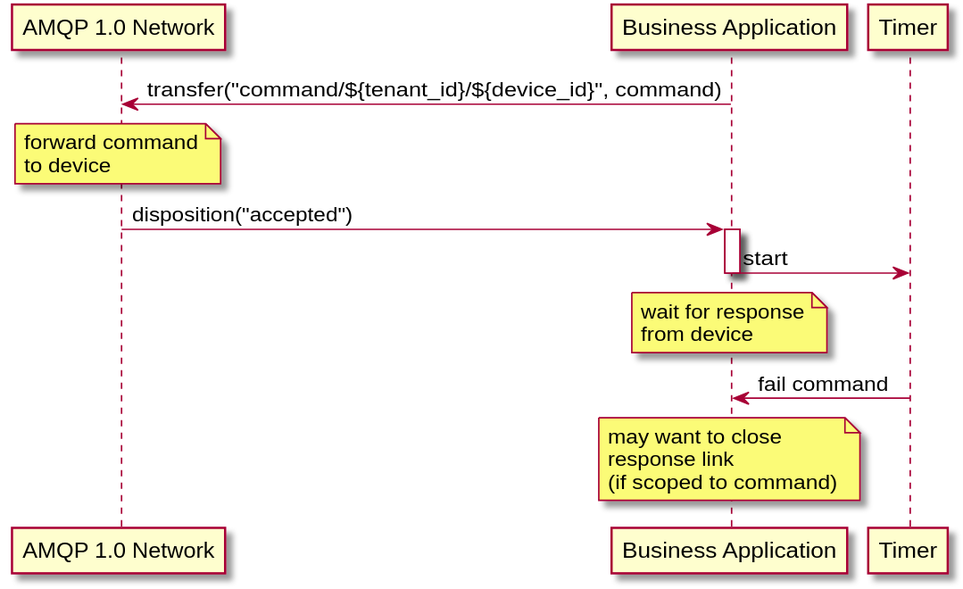
eclipse-hono/hono keeps this PlantUML diagram as site/documentation/content/api/command_control_response_time_out.svg. Above is the earlier version. Source of this version:
```plantuml
@startuml
scale 1.2

participant "AMQP 1.0 Network"
participant "Business Application"
participant Timer

"Business Application" -> "AMQP 1.0 Network": transfer("command/${tenant_id}/${device_id}", command)
note over "AMQP 1.0 Network"
forward command
to device
end note
"AMQP 1.0 Network" -> "Business Application"++: disposition("accepted")
"Business Application" -> Timer--: start
note over "Business Application"
wait for response
from device
end note
Timer -> "Business Application": fail command
note over "Business Application"
may want to close
response link
(if scoped to command)
end note
@enduml
```
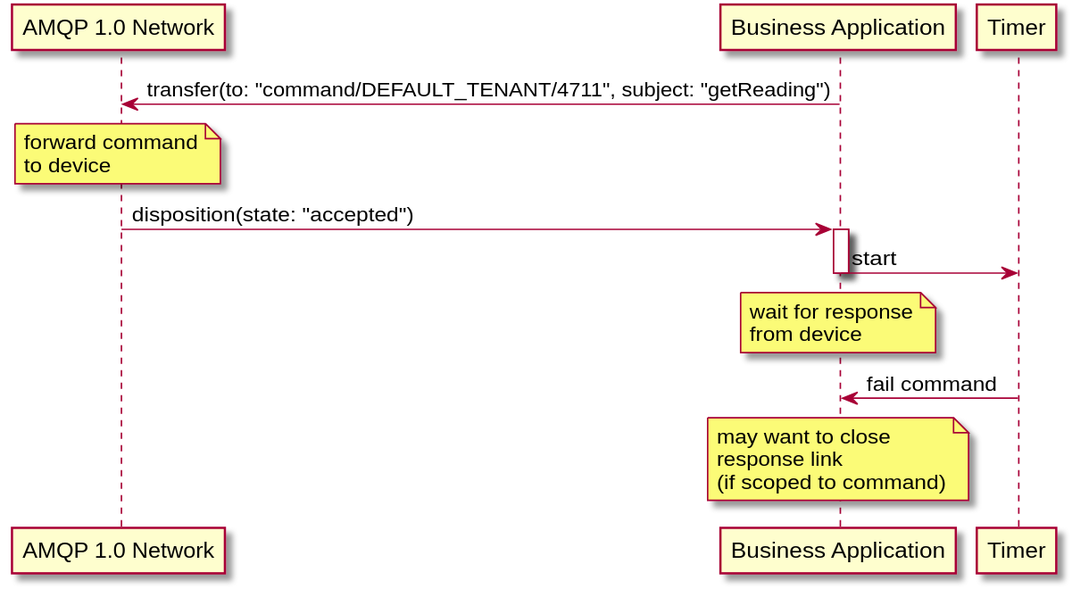
Later version of the same file.

Diff of the diagram source:
```diff
@@ -5,13 +5,13 @@
 participant "Business Application"
 participant Timer
 
-"Business Application" -> "AMQP 1.0 Network": transfer("command/${tenant_id}/${device_id}", command)
+"Business Application" -> "AMQP 1.0 Network": transfer(to: "command/DEFAULT_TENANT/4711", subject: "getReading")
 note over "AMQP 1.0 Network"
 forward command
 to device
 end note
-"AMQP 1.0 Network" -> "Business Application"++: disposition("accepted")
-"Business Application" -> Timer--: start
+"AMQP 1.0 Network" -> "Business Application"++: disposition(state: "accepted")
+"Business Application" -> Timer-: start
 note over "Business Application"
 wait for response
 from device
```
